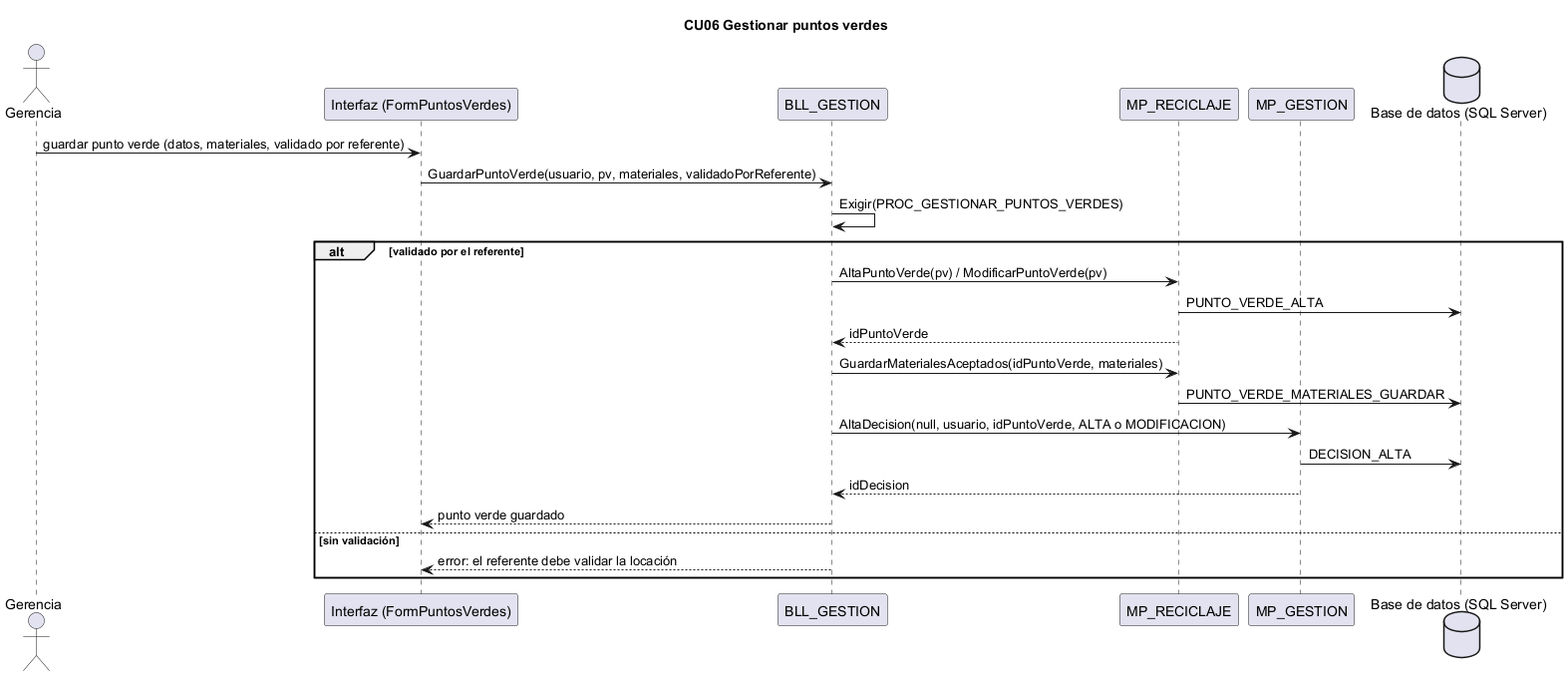
The PlantUML diagram docs/diagramas/secuencias_png/CU06.png in L-Muniz/uai-diploma_2026, before a commit.
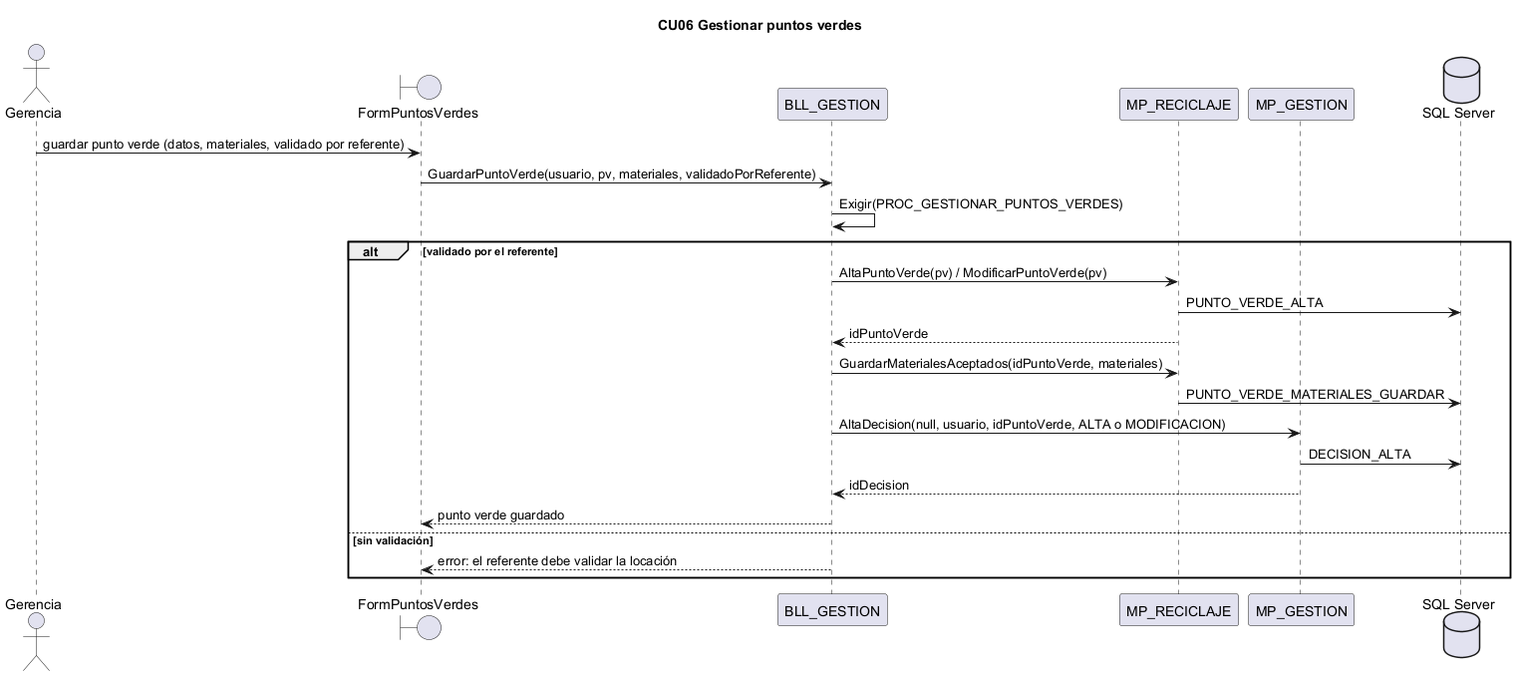
The same diagram one commit later.

Diff of the diagram source:
```diff
@@ -1,11 +1,11 @@
 @startuml CU06
 title CU06 Gestionar puntos verdes
 actor Gerencia
-participant "Interfaz (FormPuntosVerdes)" as IU
+boundary "FormPuntosVerdes" as IU
 participant "BLL_GESTION" as BLL
 participant "MP_RECICLAJE" as DAR
 participant "MP_GESTION" as DAG
-database "Base de datos (SQL Server)" as BD
+database "SQL Server" as BD
 Gerencia -> IU : guardar punto verde (datos, materiales, validado por referente)
 IU -> BLL : GuardarPuntoVerde(usuario, pv, materiales, validadoPorReferente)
 BLL -> BLL : Exigir(PROC_GESTIONAR_PUNTOS_VERDES)
```
